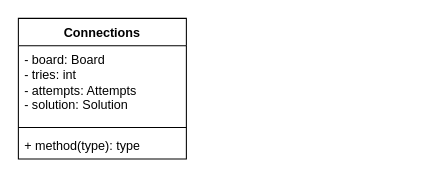
av4sin/provisional-connecctions keeps this draw.io diagram as etc/connections.drawio. Above is the earlier version. Source tidied: cells renumbered, new cells numbered last; positions are measured from the earlier drawing's top-left corner, leaving out a move shared by most shapes. Both pictures are drawn from the tidied source at 105%, with x=0, y=0 at pixel (18, 18).
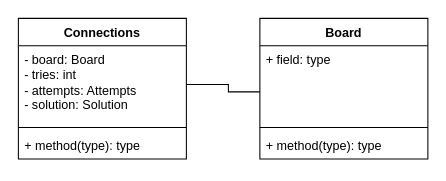
The same page after the edit.

The edit, as a diff of the source:
```diff
@@
 <mxGraphModel>
   <root>
     <mxCell id="0" />
     <mxCell id="1" parent="0" />
     <mxCell id="2" value="Connections" style="swimlane;fontStyle=1;align=center;verticalAlign=top;horizontal=1;startSize=26;whiteSpace=wrap;html=1;" parent="1" vertex="1">
       <mxGeometry width="160" height="134" as="geometry" />
     </mxCell>
     <mxCell id="3" value="&lt;div&gt;- board: Board&lt;/div&gt;&lt;div&gt;- tries: int&lt;/div&gt;&lt;div&gt;- attempts: Attempts&lt;/div&gt;&lt;div&gt;- solution: Solution&lt;br&gt;&lt;/div&gt;" style="text;strokeColor=none;fillColor=none;align=left;verticalAlign=top;spacingLeft=4;spacingRight=4;overflow=hidden;points=[[0,0.5],[1,0.5]];portConstraint=eastwest;whiteSpace=wrap;html=1;" parent="2" vertex="1">
       <mxGeometry y="26" width="160" height="74" as="geometry" />
     </mxCell>
     <mxCell id="4" style="line;strokeWidth=1;fillColor=none;align=left;verticalAlign=middle;spacingTop=-1;spacingLeft=3;spacingRight=3;labelPosition=right;strokeColor=inherit;" parent="2" vertex="1">
       <mxGeometry y="100" width="160" height="8" as="geometry" />
     </mxCell>
     <mxCell id="5" value="+ method(type): type" style="text;strokeColor=none;fillColor=none;align=left;verticalAlign=top;spacingLeft=4;spacingRight=4;overflow=hidden;whiteSpace=wrap;html=1;" parent="2" vertex="1">
       <mxGeometry y="108" width="160" height="26" as="geometry" />
     </mxCell>
+    <mxCell id="6" value="Board" style="swimlane;fontStyle=1;align=center;verticalAlign=top;horizontal=1;startSize=26;whiteSpace=wrap;html=1;" parent="1" vertex="1">
+      <mxGeometry x="230" width="160" height="134" as="geometry" />
+    </mxCell>
+    <mxCell id="7" value="+ field: type" style="text;strokeColor=none;fillColor=none;align=left;verticalAlign=top;spacingLeft=4;spacingRight=4;overflow=hidden;points=[[0,0.5],[1,0.5]];portConstraint=eastwest;whiteSpace=wrap;html=1;" parent="6" vertex="1">
+      <mxGeometry y="26" width="160" height="74" as="geometry" />
+    </mxCell>
+    <mxCell id="8" style="line;strokeWidth=1;fillColor=none;align=left;verticalAlign=middle;spacingTop=-1;spacingLeft=3;spacingRight=3;labelPosition=right;strokeColor=inherit;" parent="6" vertex="1">
+      <mxGeometry y="100" width="160" height="8" as="geometry" />
+    </mxCell>
+    <mxCell id="9" value="+ method(type): type" style="text;strokeColor=none;fillColor=none;align=left;verticalAlign=top;spacingLeft=4;spacingRight=4;overflow=hidden;whiteSpace=wrap;html=1;" parent="6" vertex="1">
+      <mxGeometry y="108" width="160" height="26" as="geometry" />
+    </mxCell>
+    <mxCell id="10" style="edgeStyle=orthogonalEdgeStyle;rounded=0;jettySize=auto;html=1;endArrow=none;endFill=0;" parent="1" edge="1" source="3" target="7">
+      <mxGeometry relative="1" as="geometry">
+        <Array as="points">
+          <mxPoint x="200" y="63" />
+          <mxPoint x="200" y="70" />
+        </Array>
+      </mxGeometry>
+    </mxCell>
   </root>
 </mxGraphModel>
```
